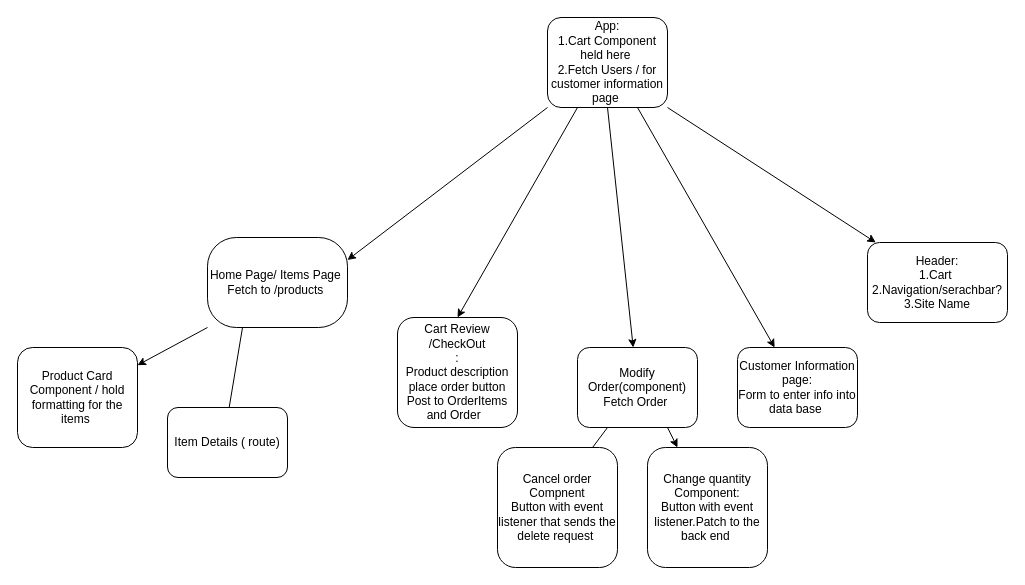
mmdanat/Phase-4-Project-E-commerce keeps this draw.io diagram as components_diagram.drawio. Above is the earlier version. Source tidied: cells renumbered, new cells numbered last; positions are measured from the earlier drawing's top-left corner, leaving out a move shared by most shapes. Both pictures are drawn from the tidied source at 100%, with x=0, y=0 at pixel (17, 17).
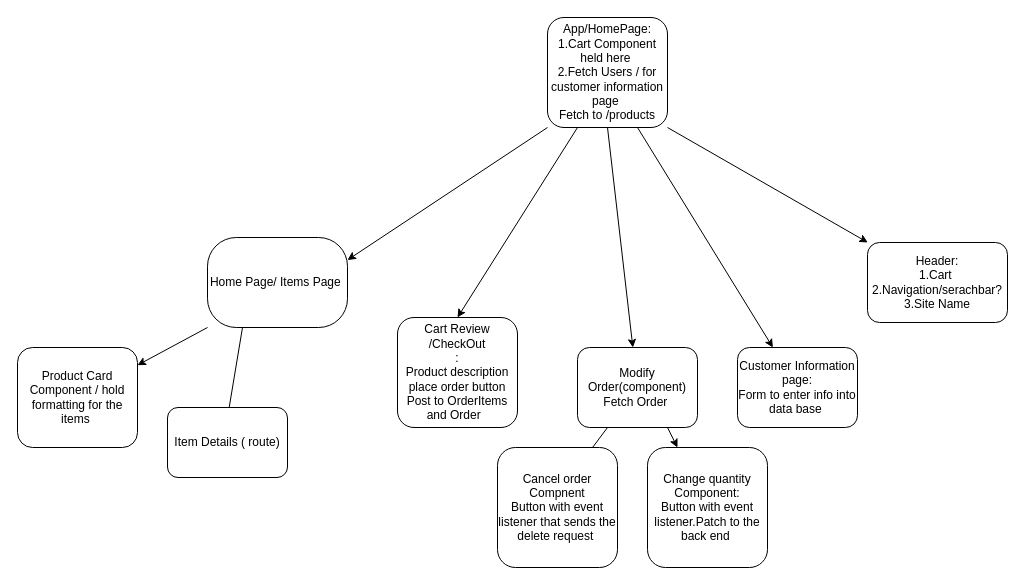
After the change.

Change to the diagram source:
```diff
@@
-    <mxCell id="6" value="App:&lt;br&gt;1.Cart Component held here&amp;nbsp;&lt;br&gt;2.Fetch Users / for customer information page&amp;nbsp;" style="rounded=1;whiteSpace=wrap;html=1;" parent="1" vertex="1">
-      <mxGeometry x="530" width="120" height="90" as="geometry" />
+    <mxCell id="6" value="App/HomePage:&lt;br&gt;1.Cart Component held here&amp;nbsp;&lt;br&gt;2.Fetch Users / for customer information page&amp;nbsp;&lt;br&gt;Fetch to /products" style="rounded=1;whiteSpace=wrap;html=1;" parent="1" vertex="1">
+      <mxGeometry x="530" width="120" height="110" as="geometry" />
     </mxCell>
@@
-    <mxCell id="11" value="Home Page/ Items Page&amp;nbsp;&lt;br&gt;Fetch to /products&amp;nbsp;" style="rounded=1;whiteSpace=wrap;html=1;arcSize=32;" parent="1" vertex="1">
+    <mxCell id="11" value="Home Page/ Items Page&amp;nbsp;&lt;br&gt;" style="rounded=1;whiteSpace=wrap;html=1;arcSize=32;" parent="1" vertex="1">
       <mxGeometry x="190" y="220" width="140" height="90" as="geometry" />
     </mxCell>
```
